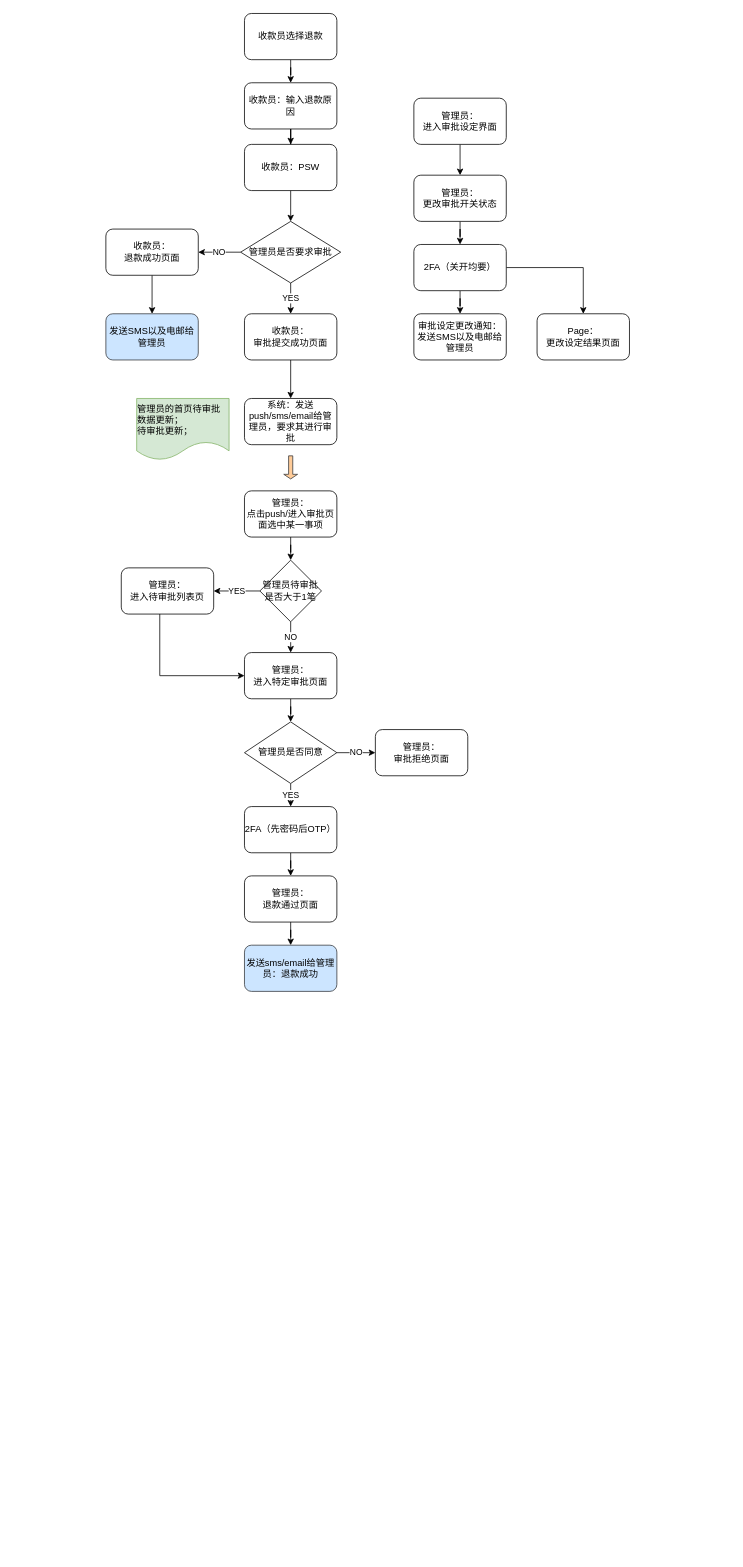
Before: 7月版Bill.drawio in MarkYongfengZheng/WFT, a draw.io diagram. Source tidied: cells renumbered, new cells numbered last; positions are measured from the earlier drawing's top-left corner, leaving out a move shared by most shapes. Both pictures are drawn from the tidied source at 77%, with x=0, y=0 at pixel (105, 13).
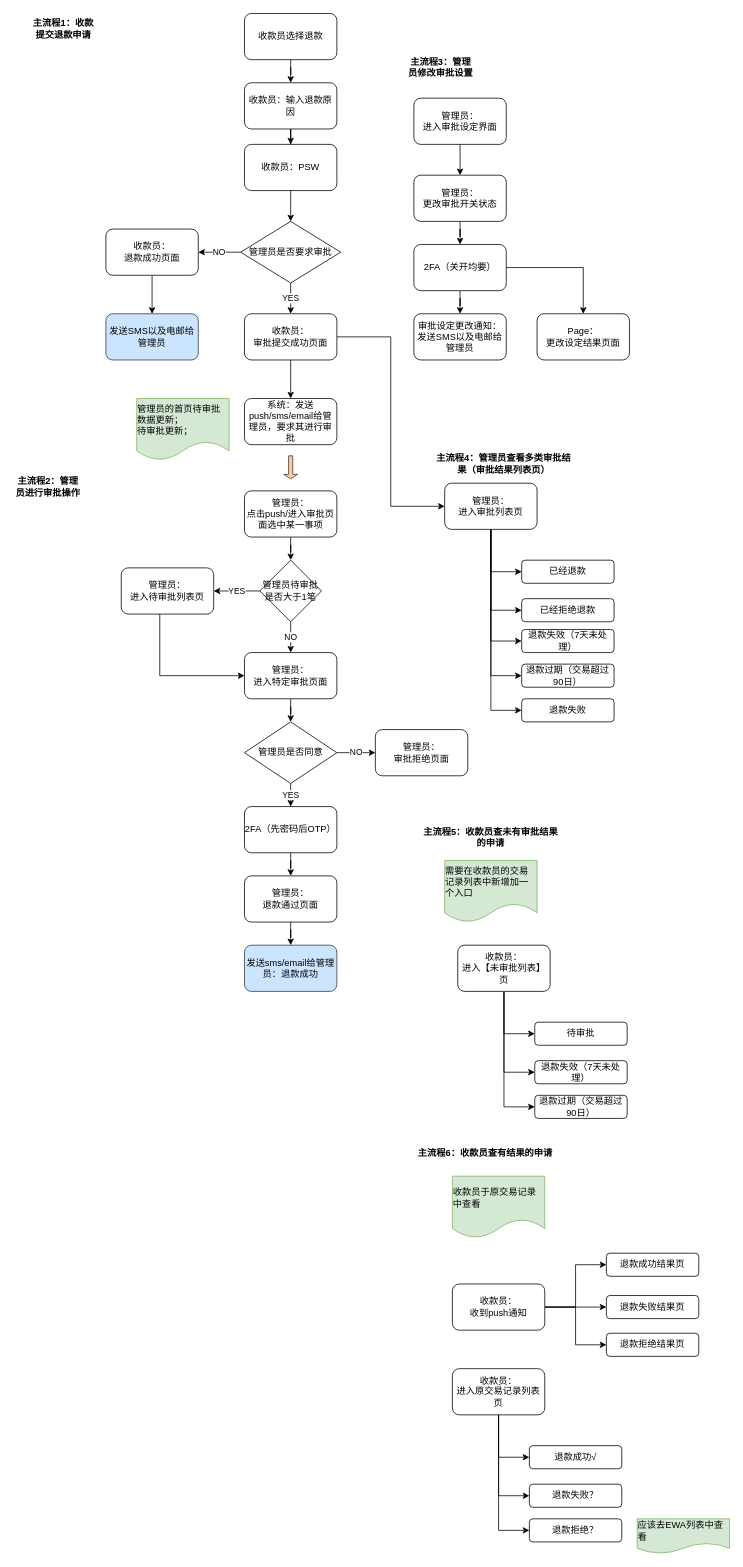
The same page after the edit.

Unchanged cells that the change refers to:
```xml
<mxCell id="21" value="收款员：&lt;br&gt;审批提交成功页面" style="rounded=1;whiteSpace=wrap;html=1;" parent="1" vertex="1">
  <mxGeometry x="180" y="390" width="120" height="60" as="geometry" />
</mxCell>
```

The edit, as a diff of the source:
```diff
@@
+    <mxCell id="46" style="edgeStyle=orthogonalEdgeStyle;rounded=0;jettySize=auto;html=1;entryX=0;entryY=0.5;entryDx=0;entryDy=0;" parent="1" edge="1" source="21" target="56">
+      <mxGeometry relative="1" as="geometry" />
+    </mxCell>
@@
+    <mxCell id="47" value="主流程2：管理员进行审批操作" style="text;html=1;strokeColor=none;fillColor=none;align=center;verticalAlign=middle;whiteSpace=wrap;rounded=0;fontStyle=1;" parent="1" vertex="1">
+      <mxGeometry x="-120" y="604.5" width="90" height="20" as="geometry" />
+    </mxCell>
+    <mxCell id="48" value="主流程1：收款提交退款申请" style="text;html=1;strokeColor=none;fillColor=none;align=center;verticalAlign=middle;whiteSpace=wrap;rounded=0;fontStyle=1;" parent="1" vertex="1">
+      <mxGeometry x="-100" y="10" width="90" height="20" as="geometry" />
+    </mxCell>
+    <mxCell id="49" value="主流程3：管理员修改审批设置" style="text;html=1;strokeColor=none;fillColor=none;align=center;verticalAlign=middle;whiteSpace=wrap;rounded=0;fontStyle=1;" parent="1" vertex="1">
+      <mxGeometry x="390" y="60" width="90" height="20" as="geometry" />
+    </mxCell>
+    <mxCell id="50" value="主流程4：管理员查看多类审批结果（审批结果列表页）" style="text;html=1;strokeColor=none;fillColor=none;align=center;verticalAlign=middle;whiteSpace=wrap;rounded=0;fontStyle=1;" parent="1" vertex="1">
+      <mxGeometry x="424" y="575" width="186" height="20" as="geometry" />
+    </mxCell>
+    <mxCell id="51" style="edgeStyle=orthogonalEdgeStyle;rounded=0;jettySize=auto;html=1;entryX=0;entryY=0.5;entryDx=0;entryDy=0;" parent="1" edge="1" source="56" target="57">
+      <mxGeometry relative="1" as="geometry" />
+    </mxCell>
+    <mxCell id="52" style="edgeStyle=orthogonalEdgeStyle;rounded=0;jettySize=auto;html=1;entryX=0;entryY=0.5;entryDx=0;entryDy=0;" parent="1" edge="1" source="56" target="58">
+      <mxGeometry relative="1" as="geometry" />
+    </mxCell>
+    <mxCell id="53" style="edgeStyle=orthogonalEdgeStyle;rounded=0;jettySize=auto;html=1;entryX=0;entryY=0.5;entryDx=0;entryDy=0;" parent="1" edge="1" source="56" target="59">
+      <mxGeometry relative="1" as="geometry" />
+    </mxCell>
+    <mxCell id="54" style="edgeStyle=orthogonalEdgeStyle;rounded=0;jettySize=auto;html=1;entryX=0;entryY=0.5;entryDx=0;entryDy=0;" parent="1" edge="1" source="56" target="60">
+      <mxGeometry relative="1" as="geometry" />
+    </mxCell>
+    <mxCell id="55" style="edgeStyle=orthogonalEdgeStyle;rounded=0;jettySize=auto;html=1;entryX=0;entryY=0.5;entryDx=0;entryDy=0;" parent="1" edge="1" source="56" target="61">
+      <mxGeometry relative="1" as="geometry" />
+    </mxCell>
+    <mxCell id="56" value="管理员：&lt;br&gt;进入审批列表页" style="rounded=1;whiteSpace=wrap;html=1;" parent="1" vertex="1">
+      <mxGeometry x="440" y="610" width="120" height="60" as="geometry" />
+    </mxCell>
+    <mxCell id="57" value="已经退款" style="rounded=1;whiteSpace=wrap;html=1;" parent="1" vertex="1">
+      <mxGeometry x="540" y="710" width="120" height="30" as="geometry" />
+    </mxCell>
+    <mxCell id="58" value="已经拒绝退款" style="rounded=1;whiteSpace=wrap;html=1;" parent="1" vertex="1">
+      <mxGeometry x="540" y="760" width="120" height="30" as="geometry" />
+    </mxCell>
+    <mxCell id="59" value="退款失效（7天未处理）" style="rounded=1;whiteSpace=wrap;html=1;" parent="1" vertex="1">
+      <mxGeometry x="540" y="800" width="120" height="30" as="geometry" />
+    </mxCell>
+    <mxCell id="60" value="退款过期（交易超过90日）" style="rounded=1;whiteSpace=wrap;html=1;" parent="1" vertex="1">
+      <mxGeometry x="540" y="845" width="120" height="30" as="geometry" />
+    </mxCell>
+    <mxCell id="61" value="退款失败" style="rounded=1;whiteSpace=wrap;html=1;" parent="1" vertex="1">
+      <mxGeometry x="540" y="890" width="120" height="30" as="geometry" />
+    </mxCell>
+    <mxCell id="62" value="主流程5：收款员查未有审批结果的申请" style="text;html=1;strokeColor=none;fillColor=none;align=center;verticalAlign=middle;whiteSpace=wrap;rounded=0;fontStyle=1;" parent="1" vertex="1">
+      <mxGeometry x="407" y="1060" width="186" height="20" as="geometry" />
+    </mxCell>
+    <mxCell id="63" value="&lt;div style=&quot;text-align: left&quot;&gt;需要在收款员的交易记录列表中新增加一个入口&lt;/div&gt;" style="shape=document;whiteSpace=wrap;html=1;boundedLbl=1;fillColor=#d5e8d4;strokeColor=#82b366;" parent="1" vertex="1">
+      <mxGeometry x="440" y="1100" width="120" height="80" as="geometry" />
+    </mxCell>
+    <mxCell id="64" style="edgeStyle=orthogonalEdgeStyle;rounded=0;jettySize=auto;html=1;entryX=0;entryY=0.5;entryDx=0;entryDy=0;" parent="1" edge="1" source="67" target="68">
+      <mxGeometry relative="1" as="geometry" />
+    </mxCell>
+    <mxCell id="65" style="edgeStyle=orthogonalEdgeStyle;rounded=0;jettySize=auto;html=1;entryX=0;entryY=0.5;entryDx=0;entryDy=0;" parent="1" edge="1" source="67" target="69">
+      <mxGeometry relative="1" as="geometry" />
+    </mxCell>
+    <mxCell id="66" style="edgeStyle=orthogonalEdgeStyle;rounded=0;jettySize=auto;html=1;entryX=0;entryY=0.5;entryDx=0;entryDy=0;" parent="1" edge="1" source="67" target="70">
+      <mxGeometry relative="1" as="geometry" />
+    </mxCell>
+    <mxCell id="67" value="收款员：&lt;br&gt;进入【未审批列表】页" style="rounded=1;whiteSpace=wrap;html=1;" parent="1" vertex="1">
+      <mxGeometry x="457" y="1210" width="120" height="60" as="geometry" />
+    </mxCell>
+    <mxCell id="68" value="待审批" style="rounded=1;whiteSpace=wrap;html=1;" parent="1" vertex="1">
+      <mxGeometry x="557" y="1310" width="120" height="30" as="geometry" />
+    </mxCell>
+    <mxCell id="69" value="退款失效（7天未处理）" style="rounded=1;whiteSpace=wrap;html=1;" parent="1" vertex="1">
+      <mxGeometry x="557" y="1360" width="120" height="30" as="geometry" />
+    </mxCell>
+    <mxCell id="70" value="退款过期（交易超过90日）" style="rounded=1;whiteSpace=wrap;html=1;" parent="1" vertex="1">
+      <mxGeometry x="557" y="1405" width="120" height="30" as="geometry" />
+    </mxCell>
+    <mxCell id="71" value="主流程6：收款员查有结果的申请" style="text;html=1;strokeColor=none;fillColor=none;align=center;verticalAlign=middle;whiteSpace=wrap;rounded=0;fontStyle=1;" parent="1" vertex="1">
+      <mxGeometry x="400" y="1470" width="186" height="20" as="geometry" />
+    </mxCell>
+    <mxCell id="72" value="&lt;div style=&quot;text-align: left&quot;&gt;收款员于原交易记录中查看&lt;/div&gt;" style="shape=document;whiteSpace=wrap;html=1;boundedLbl=1;fillColor=#d5e8d4;strokeColor=#82b366;" parent="1" vertex="1">
+      <mxGeometry x="450" y="1510" width="120" height="80" as="geometry" />
+    </mxCell>
+    <mxCell id="73" style="edgeStyle=orthogonalEdgeStyle;rounded=0;jettySize=auto;html=1;entryX=0;entryY=0.5;entryDx=0;entryDy=0;" parent="1" edge="1" source="76" target="77">
+      <mxGeometry relative="1" as="geometry" />
+    </mxCell>
+    <mxCell id="74" style="edgeStyle=orthogonalEdgeStyle;rounded=0;jettySize=auto;html=1;entryX=0;entryY=0.5;entryDx=0;entryDy=0;" parent="1" edge="1" source="76" target="78">
+      <mxGeometry relative="1" as="geometry" />
+    </mxCell>
+    <mxCell id="75" style="edgeStyle=orthogonalEdgeStyle;rounded=0;jettySize=auto;html=1;entryX=0;entryY=0.5;entryDx=0;entryDy=0;" parent="1" edge="1" source="76" target="79">
+      <mxGeometry relative="1" as="geometry" />
+    </mxCell>
+    <mxCell id="76" value="收款员：&lt;br&gt;进入原交易记录列表页" style="rounded=1;whiteSpace=wrap;html=1;" parent="1" vertex="1">
+      <mxGeometry x="450" y="1760" width="120" height="60" as="geometry" />
+    </mxCell>
+    <mxCell id="77" value="退款成功√" style="rounded=1;whiteSpace=wrap;html=1;" parent="1" vertex="1">
+      <mxGeometry x="550" y="1860" width="120" height="30" as="geometry" />
+    </mxCell>
+    <mxCell id="78" value="退款失败？" style="rounded=1;whiteSpace=wrap;html=1;" parent="1" vertex="1">
+      <mxGeometry x="550" y="1910" width="120" height="30" as="geometry" />
+    </mxCell>
+    <mxCell id="79" value="退款拒绝？" style="rounded=1;whiteSpace=wrap;html=1;" parent="1" vertex="1">
+      <mxGeometry x="550" y="1955" width="120" height="30" as="geometry" />
+    </mxCell>
+    <mxCell id="80" value="&lt;div style=&quot;text-align: left&quot;&gt;应该去EWA列表中查看&lt;/div&gt;" style="shape=document;whiteSpace=wrap;html=1;boundedLbl=1;fillColor=#d5e8d4;strokeColor=#82b366;" parent="1" vertex="1">
+      <mxGeometry x="690" y="1955" width="120" height="45" as="geometry" />
+    </mxCell>
+    <mxCell id="81" style="edgeStyle=orthogonalEdgeStyle;rounded=0;jettySize=auto;html=1;entryX=0;entryY=0.5;entryDx=0;entryDy=0;" parent="1" edge="1" source="84" target="85">
+      <mxGeometry relative="1" as="geometry" />
+    </mxCell>
+    <mxCell id="82" style="edgeStyle=orthogonalEdgeStyle;rounded=0;jettySize=auto;html=1;entryX=0;entryY=0.5;entryDx=0;entryDy=0;" parent="1" edge="1" source="84" target="86">
+      <mxGeometry relative="1" as="geometry" />
+    </mxCell>
+    <mxCell id="83" style="edgeStyle=orthogonalEdgeStyle;rounded=0;jettySize=auto;html=1;entryX=0;entryY=0.5;entryDx=0;entryDy=0;" parent="1" edge="1" source="84" target="87">
+      <mxGeometry relative="1" as="geometry" />
+    </mxCell>
+    <mxCell id="84" value="收款员：&lt;br&gt;收到push通知" style="rounded=1;whiteSpace=wrap;html=1;" parent="1" vertex="1">
+      <mxGeometry x="450" y="1650" width="120" height="60" as="geometry" />
+    </mxCell>
+    <mxCell id="85" value="退款成功结果页" style="rounded=1;whiteSpace=wrap;html=1;" parent="1" vertex="1">
+      <mxGeometry x="650" y="1610" width="120" height="30" as="geometry" />
+    </mxCell>
+    <mxCell id="86" value="退款失败结果页" style="rounded=1;whiteSpace=wrap;html=1;" parent="1" vertex="1">
+      <mxGeometry x="650" y="1665" width="120" height="30" as="geometry" />
+    </mxCell>
+    <mxCell id="87" value="退款拒绝结果页" style="rounded=1;whiteSpace=wrap;html=1;" parent="1" vertex="1">
+      <mxGeometry x="650" y="1714" width="120" height="30" as="geometry" />
+    </mxCell>
```
